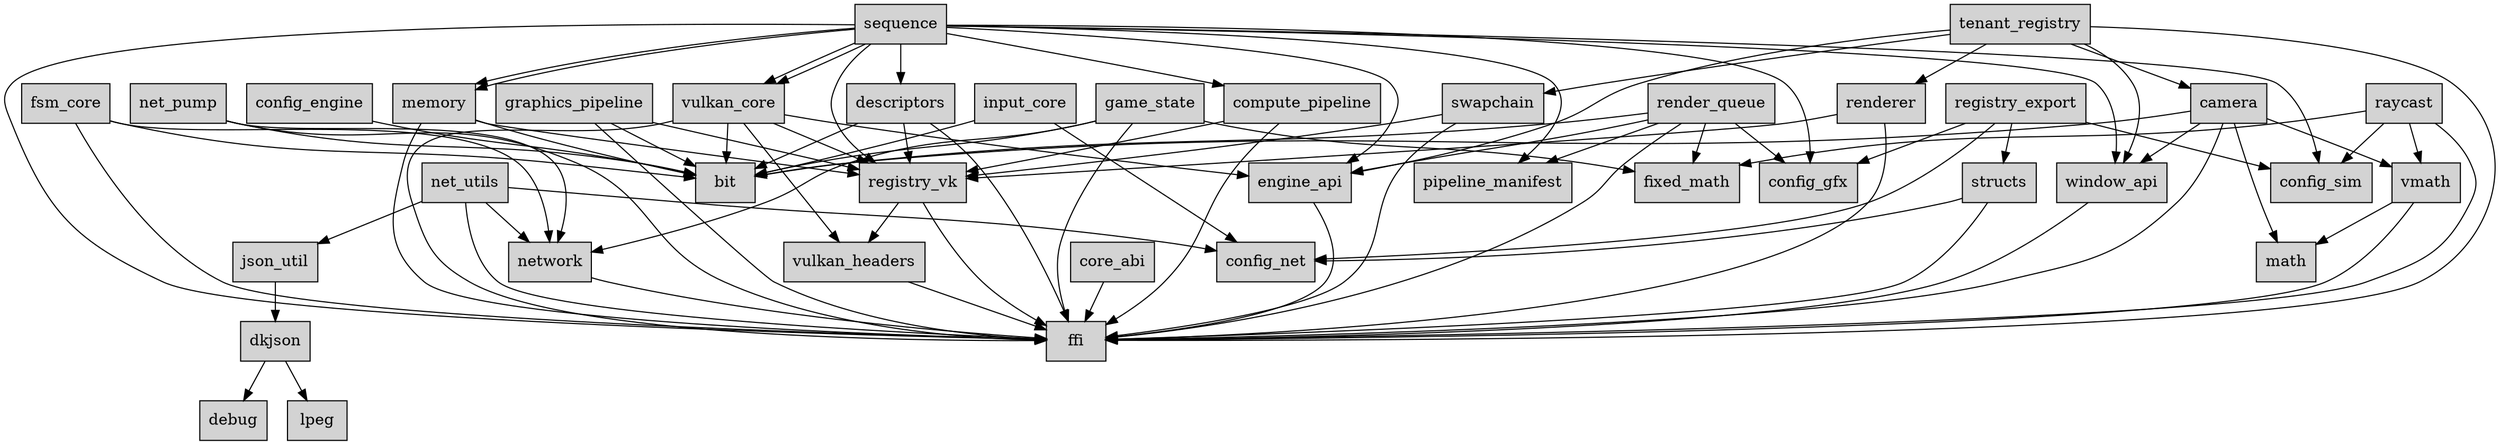
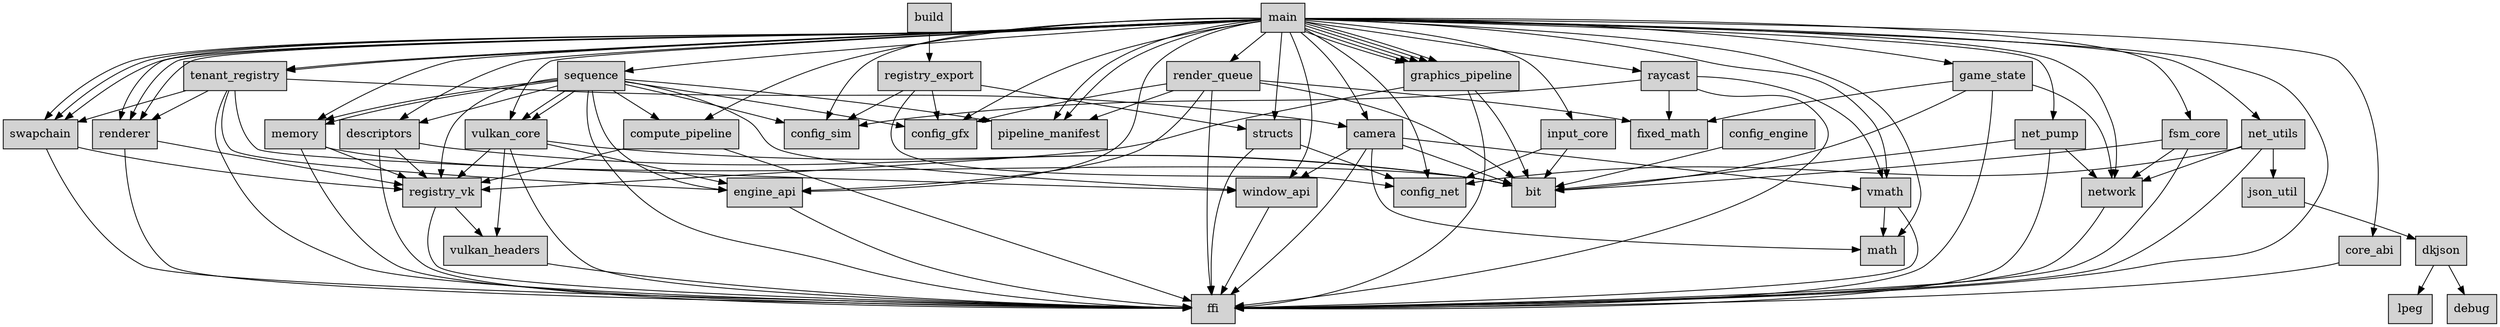
digraph WeaverEngine {
  node [shape=box, style=filled, fillcolor=lightgray];
+   "build" -> "registry_export";
+   "main" -> "ffi";
+   "main" -> "core_abi";
+   "main" -> "structs";
+   "main" -> "config_gfx";
+   "main" -> "config_sim";
+   "main" -> "config_net";
+   "main" -> "window_api";
+   "main" -> "engine_api";
+   "main" -> "math";
+   "main" -> "vmath";
+   "main" -> "network";
+   "main" -> "net_utils";
+   "main" -> "sequence";
+   "main" -> "render_queue";
+   "main" -> "input_core";
+   "main" -> "raycast";
+   "main" -> "game_state";
+   "main" -> "net_pump";
+   "main" -> "fsm_core";
+   "main" -> "tenant_registry";
+   "main" -> "graphics_pipeline";
+   "main" -> "pipeline_manifest";
+   "main" -> "memory";
+   "main" -> "camera";
+   "main" -> "tenant_registry";
+   "main" -> "graphics_pipeline";
+   "main" -> "pipeline_manifest";
+   "main" -> "swapchain";
+   "main" -> "graphics_pipeline";
+   "main" -> "renderer";
+   "main" -> "swapchain";
+   "main" -> "graphics_pipeline";
+   "main" -> "renderer";
+   "main" -> "graphics_pipeline";
+   "main" -> "renderer";
+   "main" -> "swapchain";
+   "main" -> "compute_pipeline";
+   "main" -> "descriptors";
+   "main" -> "vulkan_core";
  "json_util" -> "dkjson";
  "structs" -> "ffi";
  "structs" -> "config_net";
  "compute_pipeline" -> "ffi";
  "compute_pipeline" -> "registry_vk";
  "config_sim";
  "config_gfx";
  "vulkan_headers" -> "ffi";
  "vmath" -> "ffi";
  "vmath" -> "math";
  "input_core" -> "bit";
  "input_core" -> "config_net";
  "config_engine" -> "bit";
  "graphics_pipeline" -> "ffi";
  "graphics_pipeline" -> "bit";
  "graphics_pipeline" -> "registry_vk";
  "swapchain" -> "ffi";
  "swapchain" -> "registry_vk";
  "registry_export" -> "structs";
  "registry_export" -> "config_gfx";
  "registry_export" -> "config_sim";
  "registry_export" -> "config_net";
  "engine_api" -> "ffi";
  "raycast" -> "ffi";
  "raycast" -> "vmath";
  "raycast" -> "fixed_math";
  "raycast" -> "config_sim";
  "fsm_core" -> "network";
  "fsm_core" -> "bit";
  "fsm_core" -> "ffi";
  "net_pump" -> "ffi";
  "net_pump" -> "bit";
  "net_pump" -> "network";
  "sequence" -> "ffi";
  "sequence" -> "registry_vk";
  "sequence" -> "pipeline_manifest";
  "sequence" -> "window_api";
  "sequence" -> "engine_api";
  "sequence" -> "config_gfx";
  "sequence" -> "config_sim";
  "sequence" -> "vulkan_core";
  "sequence" -> "vulkan_core";
  "sequence" -> "memory";
  "sequence" -> "descriptors";
  "sequence" -> "memory";
  "sequence" -> "compute_pipeline";
  "net_utils" -> "ffi";
  "net_utils" -> "json_util";
  "net_utils" -> "config_net";
  "net_utils" -> "network";
  "camera" -> "ffi";
  "camera" -> "math";
  "camera" -> "bit";
  "camera" -> "vmath";
  "camera" -> "window_api";
  "fixed_math";
  "pipeline_manifest";
  "renderer" -> "ffi";
  "renderer" -> "registry_vk";
  "tenant_registry" -> "ffi";
  "tenant_registry" -> "window_api";
  "tenant_registry" -> "engine_api";
  "tenant_registry" -> "swapchain";
  "tenant_registry" -> "renderer";
  "tenant_registry" -> "camera";
  "descriptors" -> "ffi";
  "descriptors" -> "bit";
  "descriptors" -> "registry_vk";
  "registry_vk" -> "ffi";
  "registry_vk" -> "vulkan_headers";
  "game_state" -> "ffi";
  "game_state" -> "bit";
  "game_state" -> "network";
  "game_state" -> "fixed_math";
  "vulkan_core" -> "ffi";
  "vulkan_core" -> "bit";
  "vulkan_core" -> "vulkan_headers";
  "vulkan_core" -> "registry_vk";
  "vulkan_core" -> "engine_api";
  "memory" -> "ffi";
  "memory" -> "bit";
  "memory" -> "registry_vk";
  "render_queue" -> "ffi";
  "render_queue" -> "pipeline_manifest";
  "render_queue" -> "bit";
  "render_queue" -> "fixed_math";
  "render_queue" -> "engine_api";
  "render_queue" -> "config_gfx";
  "dkjson" -> "debug";
  "dkjson" -> "lpeg";
  "core_abi" -> "ffi";
  "network" -> "ffi";
  "config_net";
  "window_api" -> "ffi";
}
